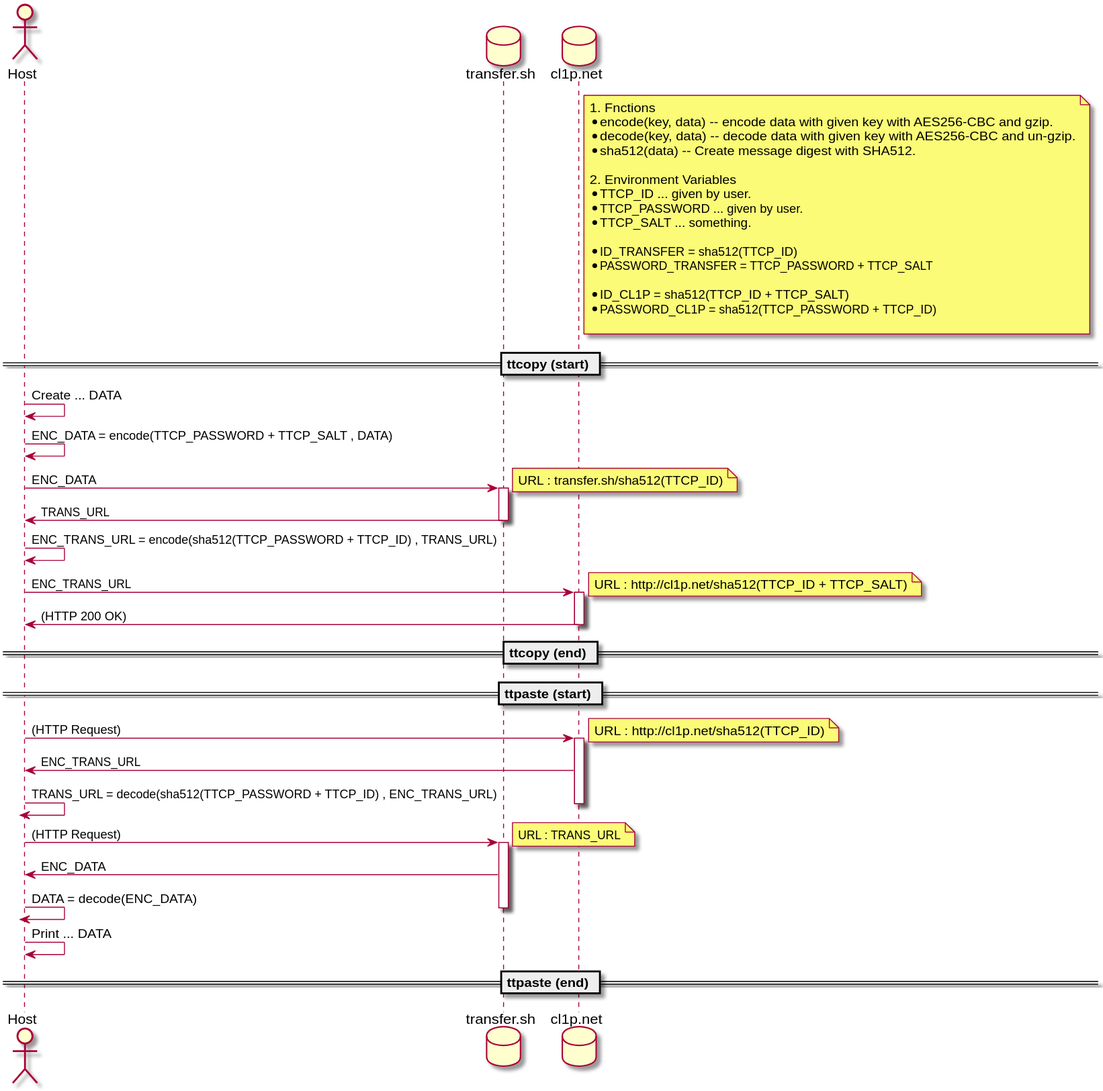
Before: img/sequence.svg, a diagram exported from PlantUML (greymd/ttcopy). Its source is kept beside it as img/sequence.pu.
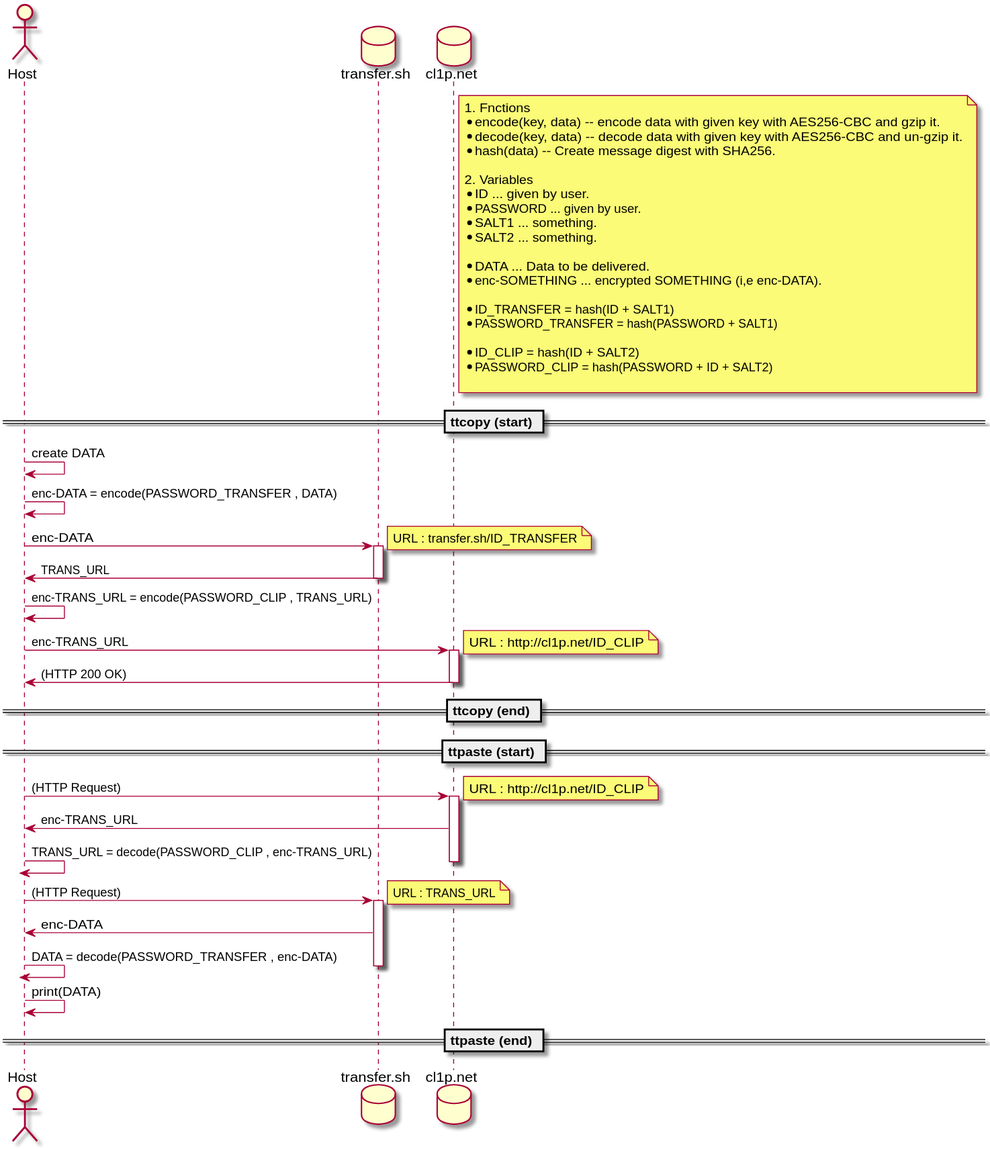
The same diagram one commit later.

Commit message:
Update sequence diagram for v2.0.0

What changed in the source:
```diff
@@ -5,37 +5,41 @@
 
 note right of cl1p.net
     # Fnctions
-    * encode(key, data) -- encode data with given key with AES256-CBC and gzip.
-    * decode(key, data) -- decode data with given key with AES256-CBC and un-gzip.
-    * sha512(data) -- Create message digest with SHA512.
+    * encode(key, data) -- encode data with given key with AES256-CBC and gzip it.
+    * decode(key, data) -- decode data with given key with AES256-CBC and un-gzip it.
+    * hash(data) -- Create message digest with SHA256.
 
-    # Environment Variables
-    * TTCP_ID ... given by user.
-    * TTCP_PASSWORD ... given by user.
-    * TTCP_SALT ... something.
+    # Variables
+    * ID ... given by user.
+    * PASSWORD ... given by user.
+    * SALT1 ... something.
+    * SALT2 ... something.
 
-    * ID_TRANSFER = sha512(TTCP_ID)
-    * PASSWORD_TRANSFER = TTCP_PASSWORD + TTCP_SALT
+    * DATA ... Data to be delivered.
+    * enc-SOMETHING ... encrypted SOMETHING (i,e enc-DATA).
 
-    * ID_CL1P = sha512(TTCP_ID + TTCP_SALT)
-    * PASSWORD_CL1P = sha512(TTCP_PASSWORD + TTCP_ID)
+    * ID_TRANSFER = hash(ID + SALT1)
+    * PASSWORD_TRANSFER = hash(PASSWORD + SALT1)
+
+    * ID_CLIP = hash(ID + SALT2)
+    * PASSWORD_CLIP = hash(PASSWORD + ID + SALT2)
 
 end note
 
 == ttcopy (start) ==
 
-Host -> Host : Create ... DATA
-Host -> Host : ENC_DATA = encode(TTCP_PASSWORD + TTCP_SALT , DATA)
-Host -> transfer.sh : ENC_DATA
-note right : URL : transfer.sh/sha512(TTCP_ID)
+Host -> Host : create DATA
+Host -> Host : enc-DATA = encode(PASSWORD_TRANSFER , DATA)
+Host -> transfer.sh : enc-DATA
+note right : URL : transfer.sh/ID_TRANSFER
 activate transfer.sh
 transfer.sh -> Host : TRANS_URL
 deactivate transfer.sh
 
-Host -> Host : ENC_TRANS_URL = encode(sha512(TTCP_PASSWORD + TTCP_ID) , TRANS_URL)
+Host -> Host : enc-TRANS_URL = encode(PASSWORD_CLIP , TRANS_URL)
 
-Host -> cl1p.net : ENC_TRANS_URL
-note right : URL : http://cl1p.net/sha512(TTCP_ID + TTCP_SALT)
+Host -> cl1p.net : enc-TRANS_URL
+note right : URL : http://cl1p.net/ID_CLIP
 
 activate cl1p.net
 cl1p.net -> Host : (HTTP 200 OK)
@@ -46,19 +50,19 @@
 == ttpaste (start) ==
 
 Host -> cl1p.net : (HTTP Request)
-note right : URL : http://cl1p.net/sha512(TTCP_ID)
+note right : URL : http://cl1p.net/ID_CLIP
 activate cl1p.net
-cl1p.net -> Host : ENC_TRANS_URL
-Host -> Host : TRANS_URL = decode(sha512(TTCP_PASSWORD + TTCP_ID) , ENC_TRANS_URL)
+cl1p.net -> Host : enc-TRANS_URL
+Host -> Host : TRANS_URL = decode(PASSWORD_CLIP , enc-TRANS_URL)
 deactivate cl1p.net
 
 Host -> transfer.sh : (HTTP Request)
 note right : URL : TRANS_URL
 activate transfer.sh
-transfer.sh -> Host : ENC_DATA
-Host -> Host : DATA = decode(ENC_DATA)
+transfer.sh -> Host : enc-DATA
+Host -> Host : DATA = decode(PASSWORD_TRANSFER , enc-DATA)
 deactivate transfer.sh
-Host -> Host : Print ... DATA
+Host -> Host : print(DATA)
 
 == ttpaste (end) ==
 
```
